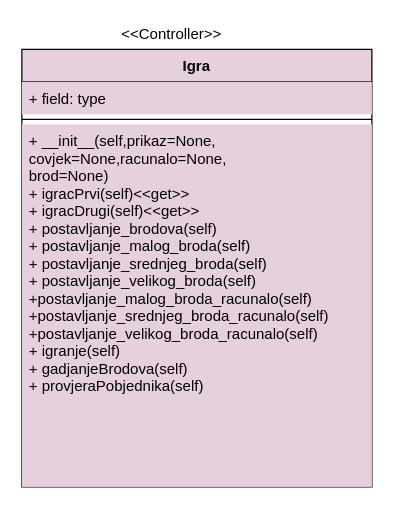
LukaFarkas99/Battleship keeps this draw.io diagram as page "Dijagram klasa kontrolera Bettleship" (10 of 18) of Dijagram.drawio. Above is the earlier version. Source tidied: cells renumbered, new cells numbered last; positions are measured from the earlier drawing's top-left corner, leaving out a move shared by most shapes. Both pictures are drawn from the tidied source at 125%, with x=0, y=0 at pixel (21, 21).
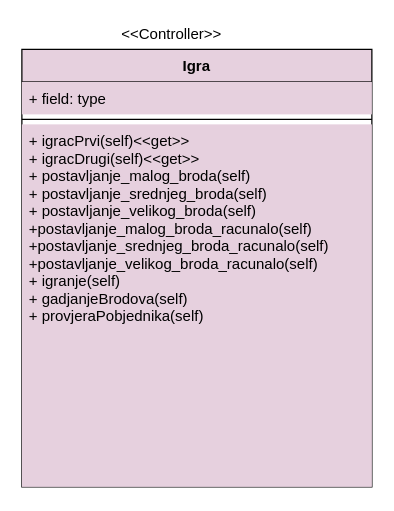
After the change.

The edit, as a diff of the source:
```diff
@@
 <mxGraphModel>
   <root>
     <mxCell id="0" />
     <mxCell id="1" parent="0" />
     <mxCell id="2" value="Igra" style="swimlane;fontStyle=1;align=center;verticalAlign=top;horizontal=1;startSize=26;fillColor=#E6D0DE;" parent="1" vertex="1">
       <mxGeometry y="22" width="280" height="350" as="geometry" />
     </mxCell>
     <mxCell id="3" value="+ field: type" style="text;strokeColor=none;fillColor=#E6D0DE;align=left;verticalAlign=top;spacingLeft=4;spacingRight=4;overflow=hidden;" parent="2" vertex="1">
       <mxGeometry y="26" width="280" height="26" as="geometry" />
     </mxCell>
     <mxCell id="4" style="line;strokeWidth=1;fillColor=#E6D0DE;align=left;verticalAlign=middle;spacingTop=-1;spacingLeft=3;spacingRight=3;labelPosition=right;" parent="2" vertex="1">
       <mxGeometry y="52" width="280" height="8" as="geometry" />
     </mxCell>
-    <mxCell id="5" value="+ __init__(self,prikaz=None,&#10;covjek=None,racunalo=None,&#10;brod=None)&#10;+ igracPrvi(self)&lt;&lt;get&gt;&gt;&#10;+ igracDrugi(self)&lt;&lt;get&gt;&gt;&#10;+ postavljanje_brodova(self)&#10;+ postavljanje_malog_broda(self)&#10;+ postavljanje_srednjeg_broda(self)&#10;+ postavljanje_velikog_broda(self)&#10;+postavljanje_malog_broda_racunalo(self)&#10;+postavljanje_srednjeg_broda_racunalo(self)&#10;+postavljanje_velikog_broda_racunalo(self)&#10;+ igranje(self)&#10;+ gadjanjeBrodova(self)&#10;+ provjeraPobjednika(self)" style="text;strokeColor=none;fillColor=#E6D0DE;align=left;verticalAlign=top;spacingLeft=4;spacingRight=4;overflow=hidden;" parent="2" vertex="1">
+    <mxCell id="5" value="+ igracPrvi(self)&lt;&lt;get&gt;&gt;&#10;+ igracDrugi(self)&lt;&lt;get&gt;&gt;&#10;+ postavljanje_malog_broda(self)&#10;+ postavljanje_srednjeg_broda(self)&#10;+ postavljanje_velikog_broda(self)&#10;+postavljanje_malog_broda_racunalo(self)&#10;+postavljanje_srednjeg_broda_racunalo(self)&#10;+postavljanje_velikog_broda_racunalo(self)&#10;+ igranje(self)&#10;+ gadjanjeBrodova(self)&#10;+ provjeraPobjednika(self)" style="text;strokeColor=none;fillColor=#E6D0DE;align=left;verticalAlign=top;spacingLeft=4;spacingRight=4;overflow=hidden;" parent="2" vertex="1">
       <mxGeometry y="60" width="280" height="290" as="geometry" />
     </mxCell>
     <mxCell id="6" value="&amp;lt;&amp;lt;Controller&amp;gt;&amp;gt;" style="text;html=1;strokeColor=none;fillColor=#FFFFFF;align=center;verticalAlign=middle;whiteSpace=wrap;rounded=0;" parent="1" vertex="1">
       <mxGeometry x="100" width="40" height="20" as="geometry" />
     </mxCell>
   </root>
 </mxGraphModel>
```
